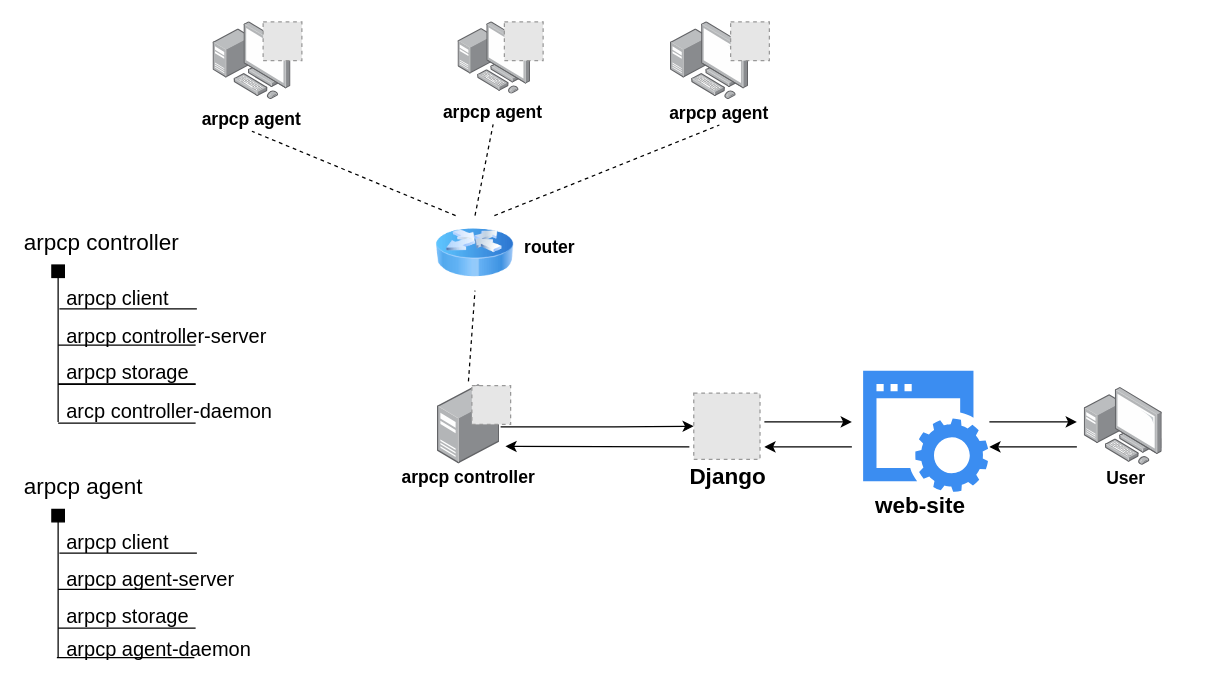
This is arpcp scheme.drawio from inchernar/arpcp, a draw.io file, before an edit. Source tidied: cells renumbered, new cells numbered last; positions are measured from the earlier drawing's top-left corner, leaving out a move shared by most shapes. Both pictures are drawn from the tidied source at 125%, with x=0, y=0 at pixel (21, 21). Pictures stored in the file or linked from it are replaced by grey dashed boxes.
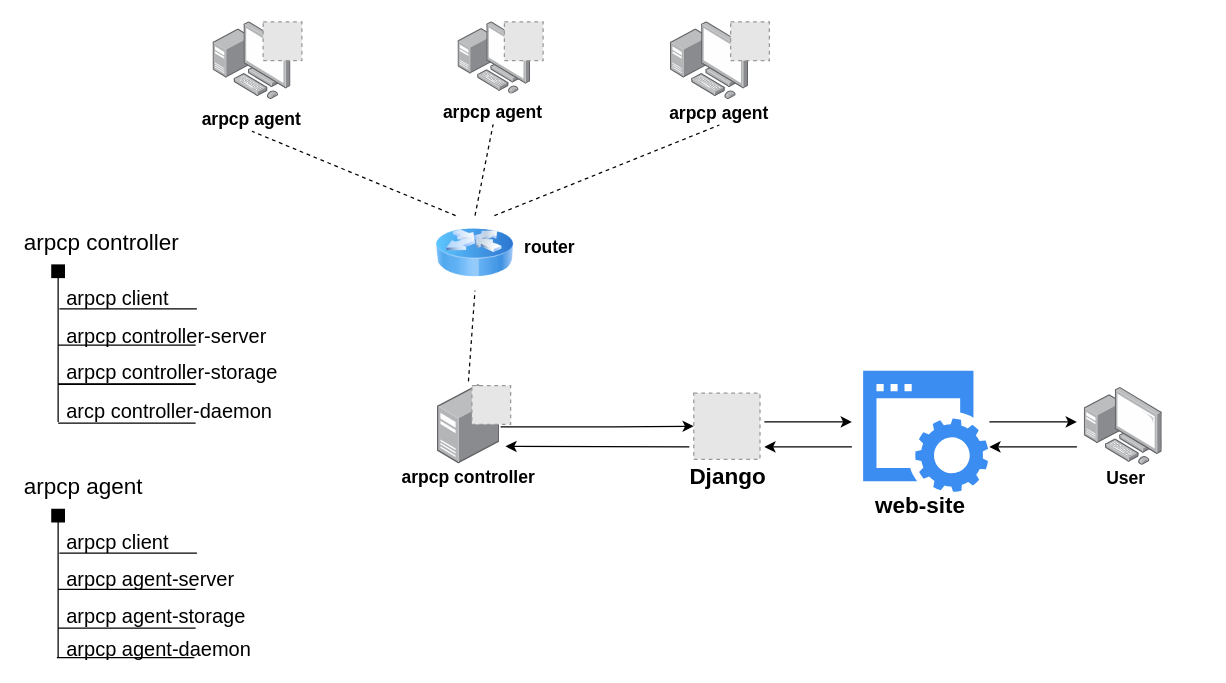
The same diagram, later.

The edit, as a diff of the source:
```diff
@@
-    <mxCell id="29" value="arpcp storage" style="text;html=1;fontSize=16;" parent="1" vertex="1">
+    <mxCell id="29" value="arpcp controller-storage" style="text;html=1;fontSize=16;" parent="1" vertex="1">
       <mxGeometry x="34" y="263.5" width="90" height="20" as="geometry" />
     </mxCell>
@@
-    <mxCell id="38" value="arpcp storage" style="text;html=1;fontSize=16;" parent="1" vertex="1">
+    <mxCell id="38" value="arpcp agent-storage" style="text;html=1;fontSize=16;" parent="1" vertex="1">
       <mxGeometry x="34" y="459" width="90" height="20" as="geometry" />
     </mxCell>
```
